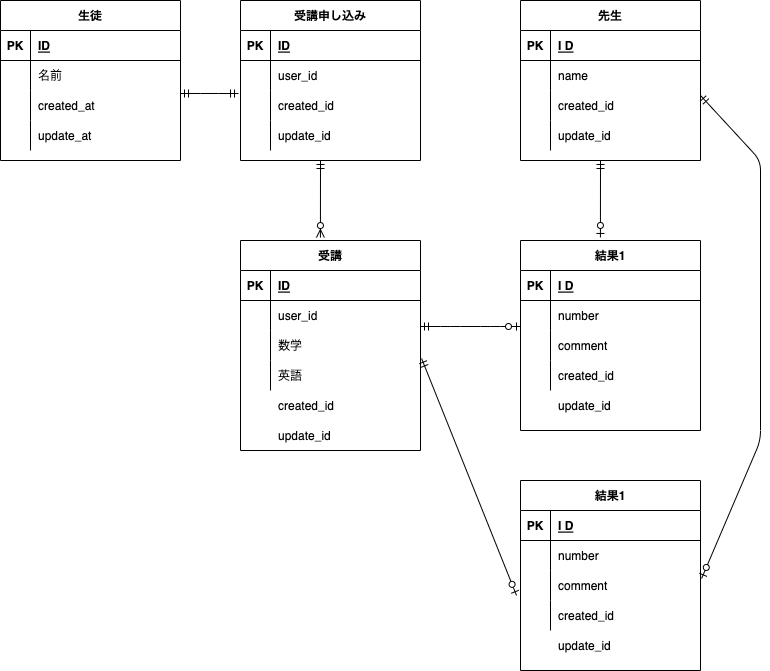
Before: index.drawio.png, a diagram exported from draw.io (FukumuraTakayuki/20221019ERtest). Source tidied: cells renumbered, new cells last; positions are measured from the earlier drawing's top-left corner, leaving out a move shared by most shapes.
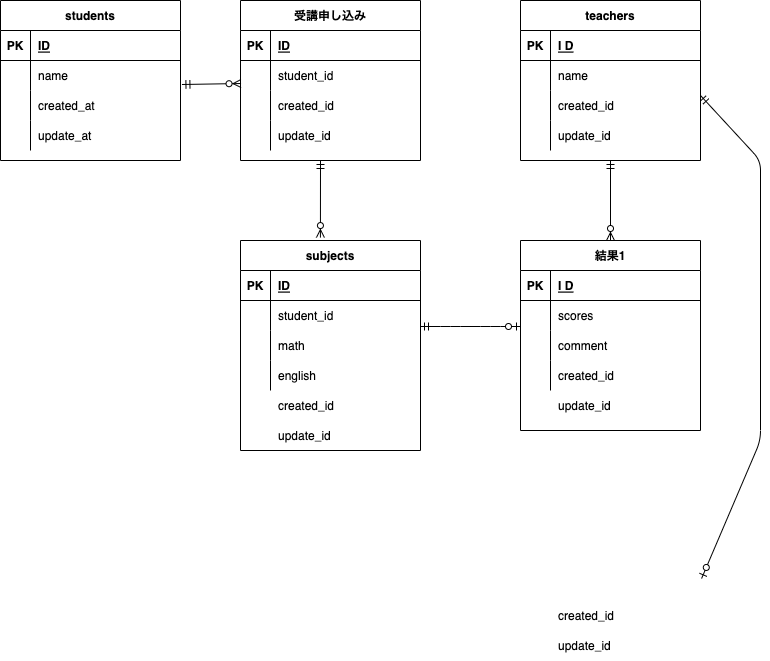
Above is the later version.

The edit, as a diff of the source:
```diff
@@ -2,7 +2,7 @@
   <root>
     <mxCell id="0" />
     <mxCell id="1" parent="0" />
-    <mxCell id="2" value="生徒" style="shape=table;startSize=30;rowLines=0;fontStyle=1;align=center;" parent="1" vertex="1">
+    <mxCell id="2" value="students" style="shape=table;startSize=30;rowLines=0;fontStyle=1;align=center;" parent="1" vertex="1">
       <mxGeometry width="180" height="160" as="geometry" />
     </mxCell>
     <mxCell id="3" style="shape=partialRectangle;fillColor=none;top=0;left=0;bottom=1;right=0;" parent="2" vertex="1">
@@ -20,7 +20,7 @@
     <mxCell id="7" style="shape=partialRectangle;fillColor=none;top=0;left=0;bottom=0;right=0;overflow=hidden;" parent="6" vertex="1">
       <mxGeometry width="30" height="30" as="geometry" />
     </mxCell>
-    <mxCell id="8" value="名前" style="shape=partialRectangle;fillColor=none;top=0;left=0;bottom=0;right=0;align=left;spacingLeft=6;overflow=hidden;" parent="6" vertex="1">
+    <mxCell id="8" value="name" style="shape=partialRectangle;fillColor=none;top=0;left=0;bottom=0;right=0;align=left;spacingLeft=6;overflow=hidden;" parent="6" vertex="1">
       <mxGeometry x="30" width="150" height="30" as="geometry" />
     </mxCell>
     <mxCell id="9" style="shape=partialRectangle;fillColor=none;top=0;left=0;bottom=0;right=0;" parent="2" vertex="1">
@@ -59,7 +59,7 @@
     <mxCell id="20" style="shape=partialRectangle;fillColor=none;top=0;left=0;bottom=0;right=0;overflow=hidden;" parent="19" vertex="1">
       <mxGeometry width="30" height="30" as="geometry" />
     </mxCell>
-    <mxCell id="21" value="user_id" style="shape=partialRectangle;fillColor=none;top=0;left=0;bottom=0;right=0;align=left;spacingLeft=6;overflow=hidden;" parent="19" vertex="1">
+    <mxCell id="21" value="student_id" style="shape=partialRectangle;fillColor=none;top=0;left=0;bottom=0;right=0;align=left;spacingLeft=6;overflow=hidden;" parent="19" vertex="1">
       <mxGeometry x="30" width="150" height="30" as="geometry" />
     </mxCell>
     <mxCell id="22" style="shape=partialRectangle;fillColor=none;top=0;left=0;bottom=0;right=0;" parent="15" vertex="1">
@@ -80,7 +80,7 @@
     <mxCell id="27" value="update_id" style="shape=partialRectangle;fillColor=none;top=0;left=0;bottom=0;right=0;align=left;spacingLeft=6;overflow=hidden;" parent="25" vertex="1">
       <mxGeometry x="30" width="150" height="30" as="geometry" />
     </mxCell>
-    <mxCell id="28" value="受講" style="shape=table;startSize=30;rowLines=0;fontStyle=1;align=center;" parent="1" vertex="1">
+    <mxCell id="28" value="subjects" style="shape=table;startSize=30;rowLines=0;fontStyle=1;align=center;" parent="1" vertex="1">
       <mxGeometry x="240" y="240" width="180" height="210" as="geometry" />
     </mxCell>
     <mxCell id="29" style="shape=partialRectangle;fillColor=none;top=0;left=0;bottom=1;right=0;" parent="28" vertex="1">
@@ -98,7 +98,7 @@
     <mxCell id="33" style="shape=partialRectangle;fillColor=none;top=0;left=0;bottom=0;right=0;overflow=hidden;" parent="32" vertex="1">
       <mxGeometry width="30" height="30" as="geometry" />
     </mxCell>
-    <mxCell id="34" value="user_id" style="shape=partialRectangle;fillColor=none;top=0;left=0;bottom=0;right=0;align=left;spacingLeft=6;overflow=hidden;" parent="32" vertex="1">
+    <mxCell id="34" value="student_id" style="shape=partialRectangle;fillColor=none;top=0;left=0;bottom=0;right=0;align=left;spacingLeft=6;overflow=hidden;" parent="32" vertex="1">
       <mxGeometry x="30" width="150" height="30" as="geometry" />
     </mxCell>
     <mxCell id="35" style="shape=partialRectangle;fillColor=none;top=0;left=0;bottom=0;right=0;points=[[0,0.5],[1,0.5]];portConstraint=eastwest;" parent="28" vertex="1">
@@ -107,7 +107,7 @@
     <mxCell id="36" style="shape=partialRectangle;fillColor=none;top=0;left=0;bottom=0;right=0;overflow=hidden;" parent="35" vertex="1">
       <mxGeometry width="30" height="30" as="geometry" />
     </mxCell>
-    <mxCell id="37" value="数学" style="shape=partialRectangle;fillColor=none;top=0;left=0;bottom=0;right=0;align=left;spacingLeft=6;overflow=hidden;" parent="35" vertex="1">
+    <mxCell id="37" value="math" style="shape=partialRectangle;fillColor=none;top=0;left=0;bottom=0;right=0;align=left;spacingLeft=6;overflow=hidden;" parent="35" vertex="1">
       <mxGeometry x="30" width="150" height="30" as="geometry" />
     </mxCell>
     <mxCell id="38" style="shape=partialRectangle;fillColor=none;top=0;left=0;bottom=0;right=0;" parent="28" vertex="1">
@@ -116,7 +116,7 @@
     <mxCell id="39" style="shape=partialRectangle;fillColor=none;top=0;left=0;bottom=0;right=0;overflow=hidden;" parent="38" vertex="1">
       <mxGeometry width="30" height="30" as="geometry" />
     </mxCell>
-    <mxCell id="40" value="英語" style="shape=partialRectangle;fillColor=none;top=0;left=0;bottom=0;right=0;align=left;spacingLeft=6;overflow=hidden;" parent="38" vertex="1">
+    <mxCell id="40" value="english" style="shape=partialRectangle;fillColor=none;top=0;left=0;bottom=0;right=0;align=left;spacingLeft=6;overflow=hidden;" parent="38" vertex="1">
       <mxGeometry x="30" width="150" height="30" as="geometry" />
     </mxCell>
     <mxCell id="41" value="結果1" style="shape=table;startSize=30;rowLines=0;fontStyle=1;align=center;" parent="1" vertex="1">
@@ -137,7 +137,7 @@
     <mxCell id="46" style="shape=partialRectangle;fillColor=none;top=0;left=0;bottom=0;right=0;overflow=hidden;" parent="45" vertex="1">
       <mxGeometry width="30" height="30" as="geometry" />
     </mxCell>
-    <mxCell id="47" value="number" style="shape=partialRectangle;fillColor=none;top=0;left=0;bottom=0;right=0;align=left;spacingLeft=6;overflow=hidden;" parent="45" vertex="1">
+    <mxCell id="47" value="scores" style="shape=partialRectangle;fillColor=none;top=0;left=0;bottom=0;right=0;align=left;spacingLeft=6;overflow=hidden;" parent="45" vertex="1">
       <mxGeometry x="30" width="150" height="30" as="geometry" />
     </mxCell>
     <mxCell id="48" style="shape=partialRectangle;fillColor=none;top=0;left=0;bottom=0;right=0;" parent="41" vertex="1">
@@ -158,7 +158,7 @@
     <mxCell id="53" style="shape=partialRectangle;fillColor=none;top=0;left=0;bottom=0;right=0;align=left;spacingLeft=6;overflow=hidden;" parent="51" vertex="1">
       <mxGeometry x="30" width="150" height="30" as="geometry" />
     </mxCell>
-    <mxCell id="54" value="先生" style="shape=table;startSize=30;rowLines=0;fontStyle=1;align=center;" parent="1" vertex="1">
+    <mxCell id="54" value="teachers" style="shape=table;startSize=30;rowLines=0;fontStyle=1;align=center;" parent="1" vertex="1">
       <mxGeometry x="520" width="180" height="160" as="geometry" />
     </mxCell>
     <mxCell id="55" style="shape=partialRectangle;fillColor=none;top=0;left=0;bottom=1;right=0;" parent="54" vertex="1">
@@ -209,82 +209,37 @@
     <mxCell id="70" value="update_id" style="shape=partialRectangle;fillColor=none;top=0;left=0;bottom=0;right=0;align=left;spacingLeft=6;overflow=hidden;" parent="1" vertex="1">
       <mxGeometry x="550" y="390" width="150" height="30" as="geometry" />
     </mxCell>
-    <mxCell id="71" style="edgeStyle=entityRelationEdgeStyle;fontSize=12;html=1;endArrow=ERmandOne;startArrow=ERmandOne;entryX=-0.011;entryY=1.1;entryDx=0;entryDy=0;entryPerimeter=0;" parent="1" edge="1" target="19">
-      <mxGeometry relative="1" as="geometry">
-        <mxPoint x="180" y="93" as="sourcePoint" />
-      </mxGeometry>
-    </mxCell>
     <mxCell id="72" style="fontSize=12;html=1;endArrow=ERzeroToMany;startArrow=ERmandOne;entryX=0.444;entryY=-0.014;entryDx=0;entryDy=0;entryPerimeter=0;" parent="1" edge="1" target="28">
       <mxGeometry relative="1" as="geometry">
         <mxPoint x="320" y="160" as="sourcePoint" />
       </mxGeometry>
     </mxCell>
-    <mxCell id="73" value="結果1" style="shape=table;startSize=30;rowLines=0;fontStyle=1;align=center;" parent="1" vertex="1">
-      <mxGeometry x="520" y="480" width="180" height="190" as="geometry" />
-    </mxCell>
-    <mxCell id="74" style="shape=partialRectangle;fillColor=none;top=0;left=0;bottom=1;right=0;" parent="73" vertex="1">
-      <mxGeometry y="30" width="180" height="30" as="geometry" />
-    </mxCell>
-    <mxCell id="75" value="PK" style="shape=partialRectangle;fillColor=none;top=0;left=0;bottom=0;right=0;fontStyle=1;overflow=hidden;" parent="74" vertex="1">
-      <mxGeometry width="30" height="30" as="geometry" />
-    </mxCell>
-    <mxCell id="76" value="I D" style="shape=partialRectangle;fillColor=none;top=0;left=0;bottom=0;right=0;align=left;spacingLeft=6;fontStyle=5;overflow=hidden;" parent="74" vertex="1">
-      <mxGeometry x="30" width="150" height="30" as="geometry" />
-    </mxCell>
-    <mxCell id="77" style="shape=partialRectangle;fillColor=none;top=0;left=0;bottom=0;right=0;" parent="73" vertex="1">
-      <mxGeometry y="60" width="180" height="30" as="geometry" />
-    </mxCell>
-    <mxCell id="78" style="shape=partialRectangle;fillColor=none;top=0;left=0;bottom=0;right=0;overflow=hidden;" parent="77" vertex="1">
-      <mxGeometry width="30" height="30" as="geometry" />
-    </mxCell>
-    <mxCell id="79" value="number" style="shape=partialRectangle;fillColor=none;top=0;left=0;bottom=0;right=0;align=left;spacingLeft=6;overflow=hidden;" parent="77" vertex="1">
-      <mxGeometry x="30" width="150" height="30" as="geometry" />
-    </mxCell>
-    <mxCell id="80" style="shape=partialRectangle;fillColor=none;top=0;left=0;bottom=0;right=0;points=[[0,0.5],[1,0.5]];portConstraint=eastwest;" parent="73" vertex="1">
-      <mxGeometry y="90" width="180" height="30" as="geometry" />
-    </mxCell>
-    <mxCell id="81" style="shape=partialRectangle;fillColor=none;top=0;left=0;bottom=0;right=0;overflow=hidden;" parent="80" vertex="1">
-      <mxGeometry width="30" height="30" as="geometry" />
-    </mxCell>
-    <mxCell id="82" value="comment" style="shape=partialRectangle;fillColor=none;top=0;left=0;bottom=0;right=0;align=left;spacingLeft=6;overflow=hidden;" parent="80" vertex="1">
-      <mxGeometry x="30" width="150" height="30" as="geometry" />
-    </mxCell>
-    <mxCell id="83" style="shape=partialRectangle;fillColor=none;top=0;left=0;bottom=0;right=0;" parent="73" vertex="1">
-      <mxGeometry y="120" width="180" height="30" as="geometry" />
-    </mxCell>
-    <mxCell id="84" style="shape=partialRectangle;fillColor=none;top=0;left=0;bottom=0;right=0;overflow=hidden;" parent="83" vertex="1">
-      <mxGeometry width="30" height="30" as="geometry" />
-    </mxCell>
-    <mxCell id="85" style="shape=partialRectangle;fillColor=none;top=0;left=0;bottom=0;right=0;align=left;spacingLeft=6;overflow=hidden;" parent="83" vertex="1">
-      <mxGeometry x="30" width="150" height="30" as="geometry" />
-    </mxCell>
     <mxCell id="86" style="edgeStyle=entityRelationEdgeStyle;fontSize=12;html=1;endArrow=ERzeroToOne;startArrow=ERmandOne;" parent="1" edge="1">
       <mxGeometry relative="1" as="geometry">
         <mxPoint x="420" y="326" as="sourcePoint" />
         <mxPoint x="520" y="326" as="targetPoint" />
       </mxGeometry>
     </mxCell>
-    <mxCell id="87" style="fontSize=12;html=1;endArrow=ERzeroToOne;startArrow=ERmandOne;entryX=0.444;entryY=-0.016;entryDx=0;entryDy=0;entryPerimeter=0;" parent="1" edge="1" target="41">
-      <mxGeometry relative="1" as="geometry">
-        <mxPoint x="600" y="160" as="sourcePoint" />
-      </mxGeometry>
-    </mxCell>
-    <mxCell id="88" style="fontSize=12;html=1;endArrow=ERzeroToOne;startArrow=ERmandOne;entryX=1.006;entryY=0.267;entryDx=0;entryDy=0;entryPerimeter=0;exitX=1;exitY=0.167;exitDx=0;exitDy=0;exitPerimeter=0;" parent="1" edge="1" source="61" target="80">
+    <mxCell id="88" style="fontSize=12;html=1;endArrow=ERzeroToOne;startArrow=ERmandOne;entryX=1.006;entryY=0.267;entryDx=0;entryDy=0;entryPerimeter=0;exitX=1;exitY=0.167;exitDx=0;exitDy=0;exitPerimeter=0;" parent="1" edge="1" source="61">
       <mxGeometry relative="1" as="geometry">
+        <mxPoint x="701.1" y="578" as="targetPoint" />
         <Array as="points">
           <mxPoint x="760" y="160" />
           <mxPoint x="760" y="440" />
         </Array>
       </mxGeometry>
     </mxCell>
-    <mxCell id="89" style="fontSize=12;html=1;endArrow=ERzeroToOne;startArrow=ERmandOne;entryX=-0.022;entryY=0.833;entryDx=0;entryDy=0;entryPerimeter=0;exitX=1.006;exitY=0.933;exitDx=0;exitDy=0;exitPerimeter=0;" parent="1" edge="1" source="35" target="80">
-      <mxGeometry relative="1" as="geometry" />
-    </mxCell>
     <mxCell id="90" value="created_id" style="shape=partialRectangle;fillColor=none;top=0;left=0;bottom=0;right=0;align=left;spacingLeft=6;overflow=hidden;" parent="1" vertex="1">
       <mxGeometry x="550" y="600" width="150" height="30" as="geometry" />
     </mxCell>
     <mxCell id="91" value="update_id" style="shape=partialRectangle;fillColor=none;top=0;left=0;bottom=0;right=0;align=left;spacingLeft=6;overflow=hidden;" parent="1" vertex="1">
       <mxGeometry x="550" y="630" width="150" height="30" as="geometry" />
     </mxCell>
+    <mxCell id="92" style="fontSize=12;html=1;endArrow=ERzeroToMany;startArrow=ERmandOne;exitX=1.008;exitY=0.8;exitDx=0;exitDy=0;exitPerimeter=0;entryX=0.003;entryY=0.767;entryDx=0;entryDy=0;entryPerimeter=0;" parent="1" edge="1" source="6" target="19">
+      <mxGeometry relative="1" as="geometry" />
+    </mxCell>
+    <mxCell id="93" style="fontSize=12;html=1;endArrow=ERzeroToMany;startArrow=ERmandOne;exitX=0.5;exitY=1;exitDx=0;exitDy=0;entryX=0.5;entryY=0;entryDx=0;entryDy=0;" parent="1" edge="1" source="54" target="41">
+      <mxGeometry relative="1" as="geometry" />
+    </mxCell>
   </root>
 </mxGraphModel>
```
